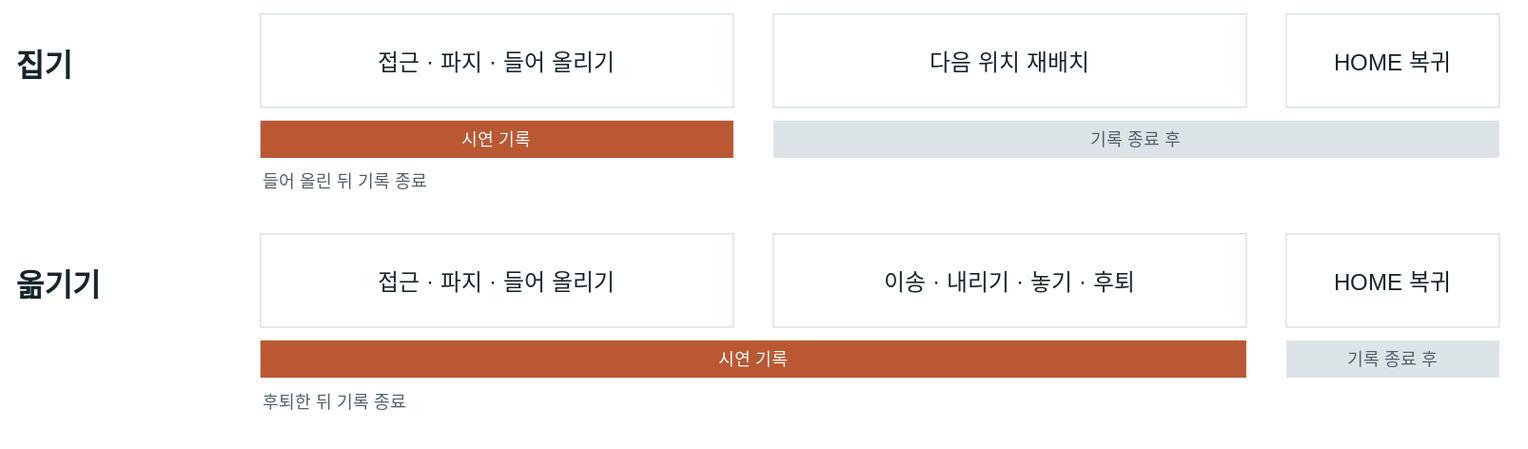
Above: docs/portfolio/recording-phases.drawio.svg in hasemu1211/fr5-lerobot-connector (draw.io), before the change. Source tidied: cells renumbered, new cells last; positions are measured from the earlier drawing's top-left corner, leaving out a move shared by most shapes.
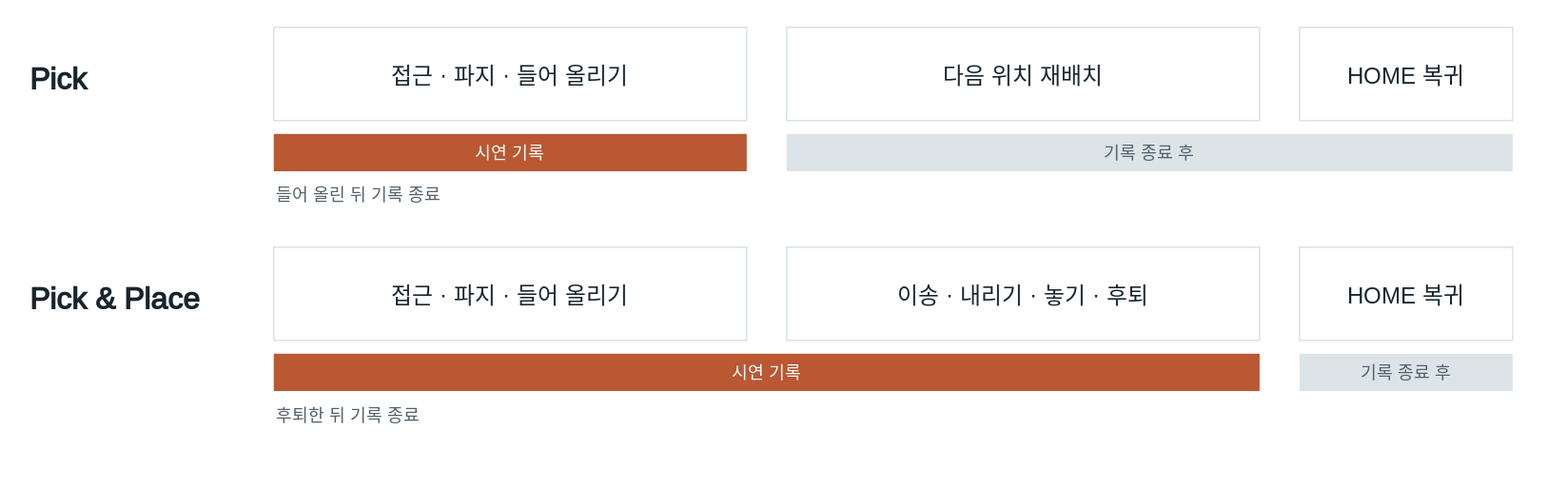
The same diagram one commit later.

What changed in the source:
```diff
@@ -2,7 +2,7 @@
   <root>
     <mxCell id="0" />
     <mxCell id="1" parent="0" />
-    <mxCell id="2" value="집기" style="html=0;fontFamily=Noto Sans CJK KR;fontColor=#17252d;fontSize=17;text;strokeColor=none;fillColor=none;align=left;fontSize=23;fontStyle=1;" parent="1" vertex="1">
+    <mxCell id="2" value="Pick" style="html=0;fontFamily=Noto Sans CJK KR;fontColor=#17252d;fontSize=17;text;strokeColor=none;fillColor=none;align=left;fontSize=23;fontStyle=1;" parent="1" vertex="1">
       <mxGeometry y="18" width="170" height="40" as="geometry" />
     </mxCell>
     <mxCell id="3" value="접근 · 파지 · 들어 올리기" style="html=0;fontFamily=Noto Sans CJK KR;fontColor=#17252d;fontSize=17;rounded=0;fillColor=#ffffff;strokeColor=#d9e1e4;" parent="1" vertex="1">
@@ -23,7 +23,7 @@
     <mxCell id="8" value="들어 올린 뒤 기록 종료" style="html=0;fontFamily=Noto Sans CJK KR;fontColor=#17252d;fontSize=17;text;strokeColor=none;fillColor=none;align=left;fontSize=13;fontColor=#52606b;" parent="1" vertex="1">
       <mxGeometry x="185" y="112" width="740" height="28" as="geometry" />
     </mxCell>
-    <mxCell id="9" value="옮기기" style="html=0;fontFamily=Noto Sans CJK KR;fontColor=#17252d;fontSize=17;text;strokeColor=none;fillColor=none;align=left;fontSize=23;fontStyle=1;" parent="1" vertex="1">
+    <mxCell id="9" value="Pick &amp; Place" style="html=0;fontFamily=Noto Sans CJK KR;fontColor=#17252d;fontSize=17;text;strokeColor=none;fillColor=none;align=left;fontSize=23;fontStyle=1;" parent="1" vertex="1">
       <mxGeometry y="183" width="170" height="40" as="geometry" />
     </mxCell>
     <mxCell id="10" value="접근 · 파지 · 들어 올리기" style="html=0;fontFamily=Noto Sans CJK KR;fontColor=#17252d;fontSize=17;rounded=0;fillColor=#ffffff;strokeColor=#d9e1e4;" parent="1" vertex="1">
```
